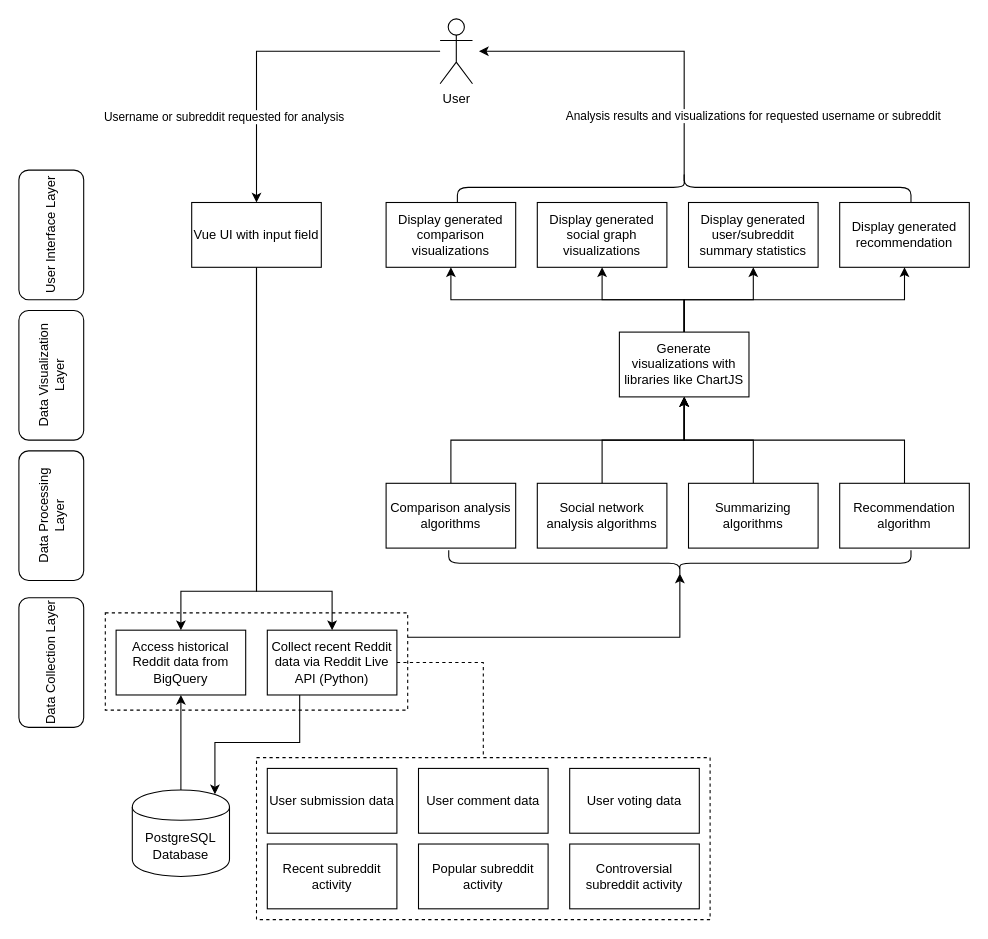
Before: design_diagrams/Low_Level_updated.drawio in chuckgreenman/senior-design, a draw.io diagram. Source tidied: cells renumbered, new cells numbered last; positions are measured from the earlier drawing's top-left corner, leaving out a move shared by most shapes. Both pictures are drawn from the tidied source at 108%, with x=0, y=0 at pixel (-14, -40).
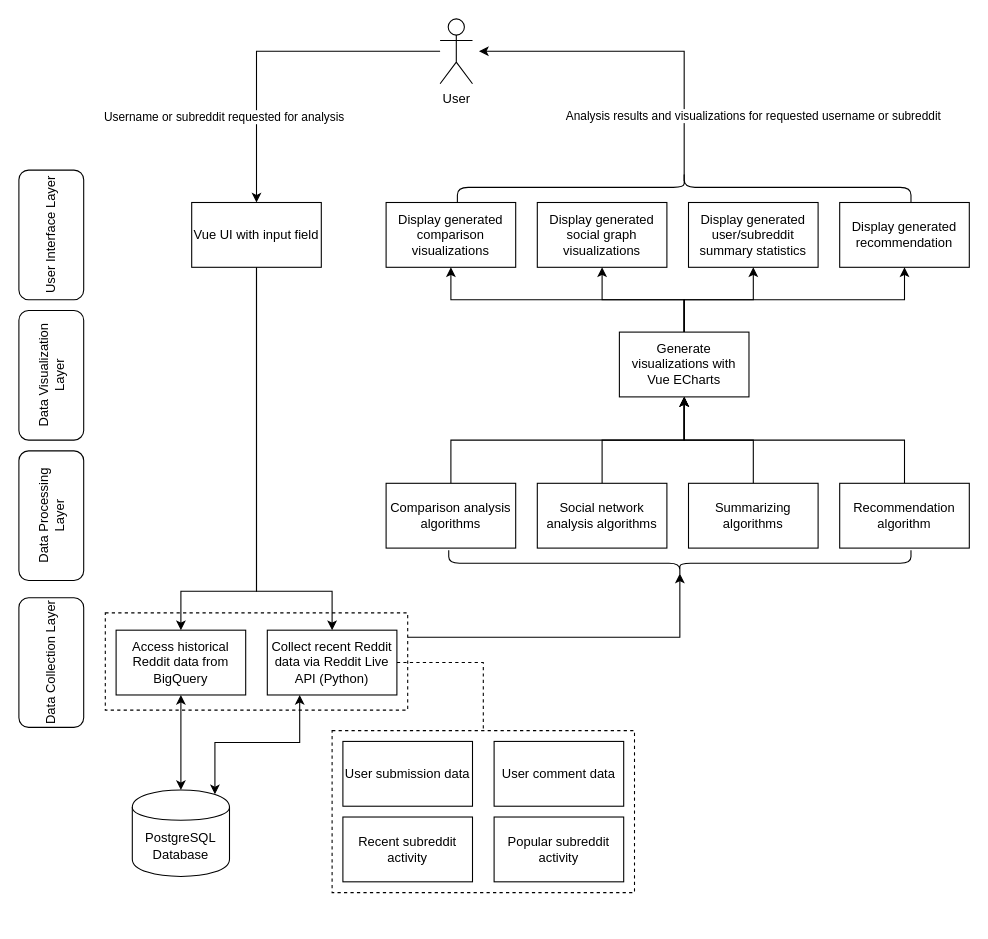
Above is the later version.

Unchanged cells that the change refers to:
```xml
<mxCell id="19" value="Access historical Reddit data from BigQuery" style="rounded=0;whiteSpace=wrap;html=1;" parent="1" vertex="1">
  <mxGeometry x="120" y="620" width="120" height="60" as="geometry" />
</mxCell>
<mxCell id="22" value="Collect recent Reddit data via Reddit Live API (Python)" style="rounded=0;whiteSpace=wrap;html=1;" parent="1" vertex="1">
  <mxGeometry x="260" y="620" width="120" height="60" as="geometry" />
</mxCell>
<mxCell id="30" value="PostgreSQL Database" style="shape=cylinder;whiteSpace=wrap;html=1;boundedLbl=1;backgroundOutline=1;" parent="1" vertex="1">
  <mxGeometry x="135" y="768" width="90" height="80" as="geometry" />
</mxCell>
```

What changed in the source:
```diff
@@
     <mxCell id="4" style="rounded=0;whiteSpace=wrap;html=1;dashed=1;" parent="1" vertex="1">
-      <mxGeometry x="250" y="738" width="420" height="150" as="geometry" />
+      <mxGeometry x="320" y="713" width="280" height="150" as="geometry" />
     </mxCell>
@@
-    <mxCell id="21" style="edgeStyle=orthogonalEdgeStyle;rounded=0;jettySize=auto;html=1;exitX=0.25;exitY=1;exitDx=0;exitDy=0;entryX=0.85;entryY=0.05;entryDx=0;entryDy=0;entryPerimeter=0;endArrow=classic;endFill=1;startArrow=none;startFill=0;" parent="1" edge="1" source="22" target="30">
+    <mxCell id="21" style="edgeStyle=orthogonalEdgeStyle;rounded=0;jettySize=auto;html=1;exitX=0.25;exitY=1;exitDx=0;exitDy=0;entryX=0.85;entryY=0.05;entryDx=0;entryDy=0;entryPerimeter=0;endArrow=classic;endFill=1;startArrow=classic;startFill=1;" parent="1" edge="1" source="22" target="30">
       <mxGeometry relative="1" as="geometry" />
     </mxCell>
@@
     <mxCell id="23" value="User submission data" style="rounded=0;whiteSpace=wrap;html=1;" parent="1" vertex="1">
-      <mxGeometry x="260" y="748" width="120" height="60" as="geometry" />
+      <mxGeometry x="330" y="723" width="120" height="60" as="geometry" />
     </mxCell>
     <mxCell id="24" value="User comment data" style="rounded=0;whiteSpace=wrap;html=1;" parent="1" vertex="1">
-      <mxGeometry x="400" y="748" width="120" height="60" as="geometry" />
+      <mxGeometry x="470" y="723" width="120" height="60" as="geometry" />
     </mxCell>
-    <mxCell id="25" value="User voting data" style="rounded=0;whiteSpace=wrap;html=1;" parent="1" vertex="1">
-      <mxGeometry x="540" y="748" width="120" height="60" as="geometry" />
-    </mxCell>
     <mxCell id="26" value="Recent subreddit activity" style="rounded=0;whiteSpace=wrap;html=1;" parent="1" vertex="1">
-      <mxGeometry x="260" y="818" width="120" height="60" as="geometry" />
+      <mxGeometry x="330" y="793" width="120" height="60" as="geometry" />
     </mxCell>
-    <mxCell id="27" value="Controversial subreddit activity" style="rounded=0;whiteSpace=wrap;html=1;" parent="1" vertex="1">
-      <mxGeometry x="540" y="818" width="120" height="60" as="geometry" />
-    </mxCell>
     <mxCell id="28" value="Popular subreddit activity" style="rounded=0;whiteSpace=wrap;html=1;" parent="1" vertex="1">
-      <mxGeometry x="400" y="818" width="120" height="60" as="geometry" />
+      <mxGeometry x="470" y="793" width="120" height="60" as="geometry" />
     </mxCell>
-    <mxCell id="29" style="edgeStyle=orthogonalEdgeStyle;rounded=0;jettySize=auto;html=1;exitX=0.5;exitY=0;exitDx=0;exitDy=0;entryX=0.5;entryY=1;entryDx=0;entryDy=0;" parent="1" edge="1" source="30" target="19">
+    <mxCell id="29" style="edgeStyle=orthogonalEdgeStyle;rounded=0;jettySize=auto;html=1;exitX=0.5;exitY=0;exitDx=0;exitDy=0;entryX=0.5;entryY=1;entryDx=0;entryDy=0;startArrow=classic;startFill=1;" parent="1" edge="1" source="30" target="19">
       <mxGeometry relative="1" as="geometry">
         <Array as="points">
           <mxPoint x="180" y="714" />
           <mxPoint x="180" y="714" />
         </Array>
       </mxGeometry>
     </mxCell>
@@
-    <mxCell id="43" value="Generate visualizations with libraries like ChartJS" style="rounded=0;whiteSpace=wrap;html=1;" parent="1" vertex="1">
+    <mxCell id="43" value="Generate visualizations with Vue ECharts" style="rounded=0;whiteSpace=wrap;html=1;" parent="1" vertex="1">
       <mxGeometry x="586" y="344" width="120" height="60" as="geometry" />
     </mxCell>
```
